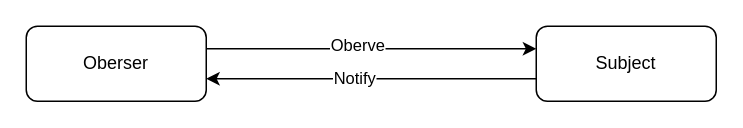
This is oberverPattern/observer.drawio from Lawrence-shu/JavaScript-Design-Pattern, a draw.io file, before an edit. Source tidied: cells renumbered, new cells numbered last; positions are measured from the earlier drawing's top-left corner, leaving out a move shared by most shapes. Both pictures are drawn from the tidied source at 150%, with x=0, y=0 at pixel (26, 26).
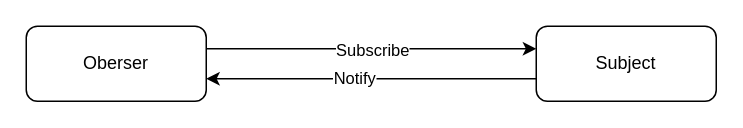
The same page after the edit.

The edit, as a diff of the source:
```diff
@@
 <mxGraphModel>
   <root>
     <mxCell id="0" />
     <mxCell id="1" parent="0" />
     <mxCell id="2" value="Oberser" style="rounded=1;whiteSpace=wrap;html=1;" parent="1" vertex="1">
       <mxGeometry width="120" height="50" as="geometry" />
     </mxCell>
     <mxCell id="3" value="Subject" style="rounded=1;whiteSpace=wrap;html=1;" parent="1" vertex="1">
       <mxGeometry x="340" width="120" height="50" as="geometry" />
     </mxCell>
     <mxCell id="4" style="endArrow=classic;html=1;" parent="1" edge="1">
       <mxGeometry relative="1" as="geometry">
         <mxPoint x="120" y="15" as="sourcePoint" />
         <mxPoint x="340" y="15" as="targetPoint" />
       </mxGeometry>
     </mxCell>
-    <mxCell id="5" value="Oberve" style="edgeLabel;html=1;align=center;verticalAlign=middle;" parent="4" vertex="1">
-      <mxGeometry x="0.25" y="3" relative="1" as="geometry">
-        <mxPoint x="-38" as="offset" />
-      </mxGeometry>
-    </mxCell>
+    <mxCell id="8" value="Subscribe" style="edgeLabel;html=1;align=center;verticalAlign=middle;" parent="4" vertex="1">
+      <mxGeometry x="-0.14" relative="1" as="geometry">
+        <mxPoint x="15" as="offset" />
+      </mxGeometry>
+    </mxCell>
     <mxCell id="6" style="endArrow=classic;html=1;" parent="1" edge="1">
       <mxGeometry relative="1" as="geometry">
         <mxPoint x="340" y="35" as="sourcePoint" />
         <mxPoint x="120" y="35" as="targetPoint" />
       </mxGeometry>
     </mxCell>
     <mxCell id="7" value="Notify" style="edgeLabel;html=1;align=center;verticalAlign=middle;" parent="6" vertex="1">
       <mxGeometry x="0.11" y="-1" relative="1" as="geometry" />
     </mxCell>
   </root>
 </mxGraphModel>
```
